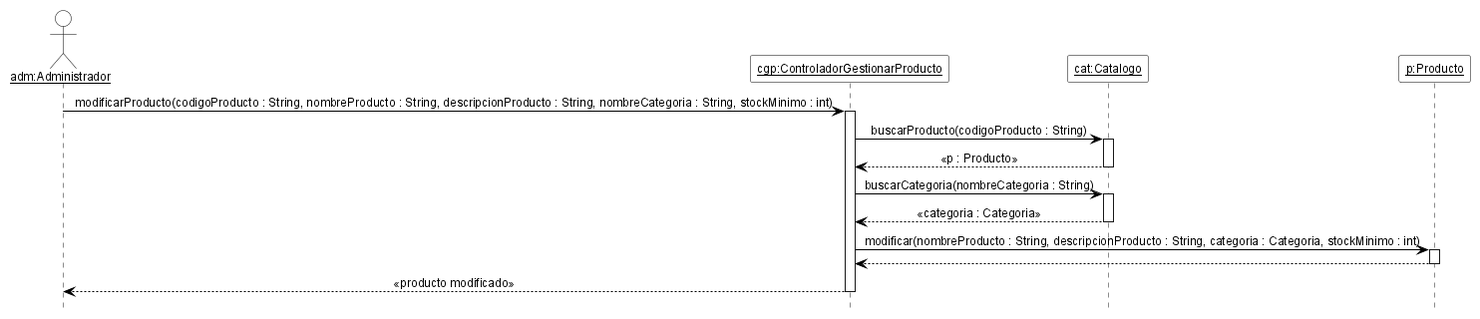
The PlantUML diagram 08-Diagrama De Secuencia/DSD_CU-04_modificarProducto.png in cirotop/Stock-Project, before a commit.
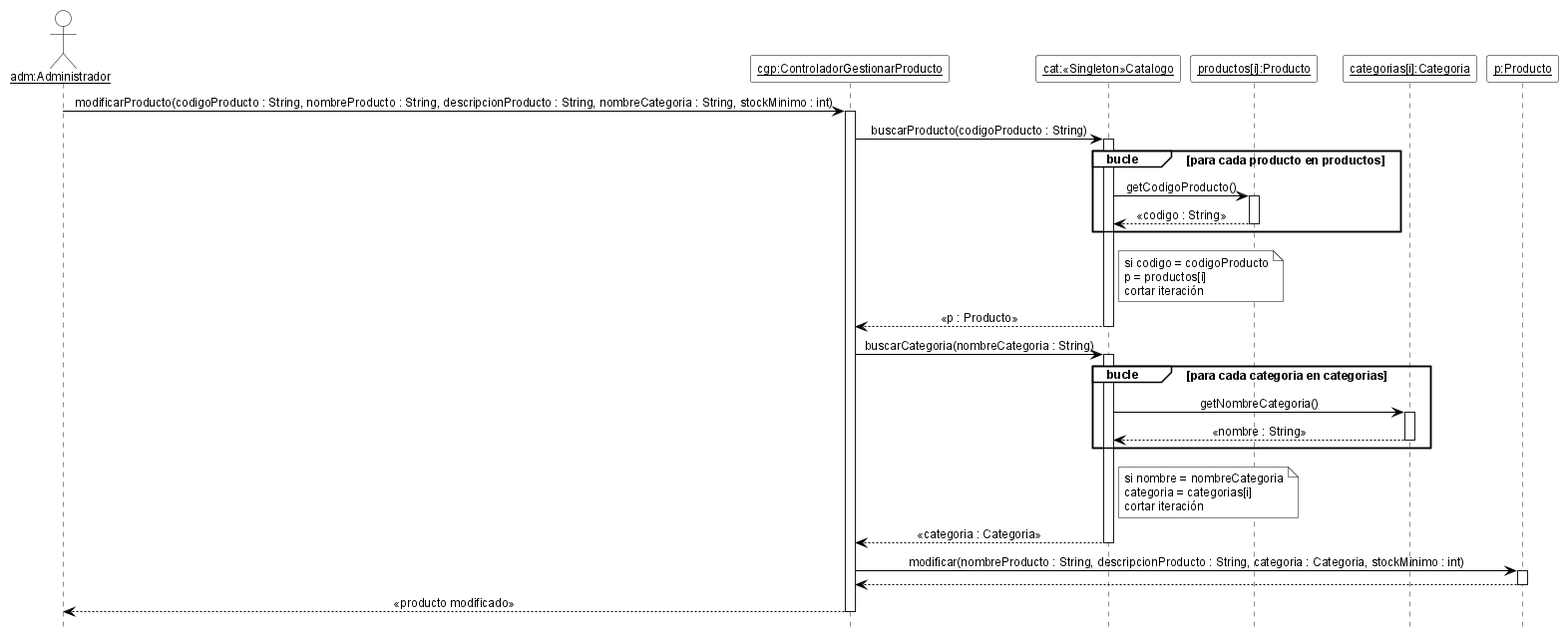
Later version of the same file.

What changed in the source:
```diff
@@ -7,6 +7,8 @@
 skinparam ArrowColor black
 skinparam ParticipantBackgroundColor white
 skinparam ParticipantBorderColor black
+skinparam CollectionsBackgroundColor white
+skinparam CollectionsBorderColor black
 skinparam ActorBackgroundColor white
 skinparam ActorBorderColor black
 skinparam LifeLineBorderColor black
@@ -19,13 +21,33 @@
 
 actor "<u>adm:Administrador</u>" as adm
 participant "<u>cgp:ControladorGestionarProducto</u>" as cgp
-participant "<u>cat:Catalogo</u>" as cat
+participant "<u>cat:«Singleton»Catalogo</u>" as cat
+participant "<u>productos[i]:Producto</u>" as pi
+participant "<u>categorias[i]:Categoria</u>" as ci
 participant "<u>p:Producto</u>" as p
 
 adm -> cgp ++ : modificarProducto(codigoProducto : String, nombreProducto : String, descripcionProducto : String, nombreCategoria : String, stockMinimo : int)
 cgp -> cat ++ : buscarProducto(codigoProducto : String)
+group bucle [para cada producto en productos]
+  cat -> pi ++ : getCodigoProducto()
+  pi --> cat -- : «codigo : String»
+end
+note right of cat
+  si codigo = codigoProducto
+  p = productos[i]
+  cortar iteración
+end note
 cat --> cgp -- : «p : Producto»
 cgp -> cat ++ : buscarCategoria(nombreCategoria : String)
+group bucle [para cada categoria en categorias]
+  cat -> ci ++ : getNombreCategoria()
+  ci --> cat -- : «nombre : String»
+end
+note right of cat
+  si nombre = nombreCategoria
+  categoria = categorias[i]
+  cortar iteración
+end note
 cat --> cgp -- : «categoria : Categoria»
 cgp -> p ++ : modificar(nombreProducto : String, descripcionProducto : String, categoria : Categoria, stockMinimo : int)
 p --> cgp --
```
